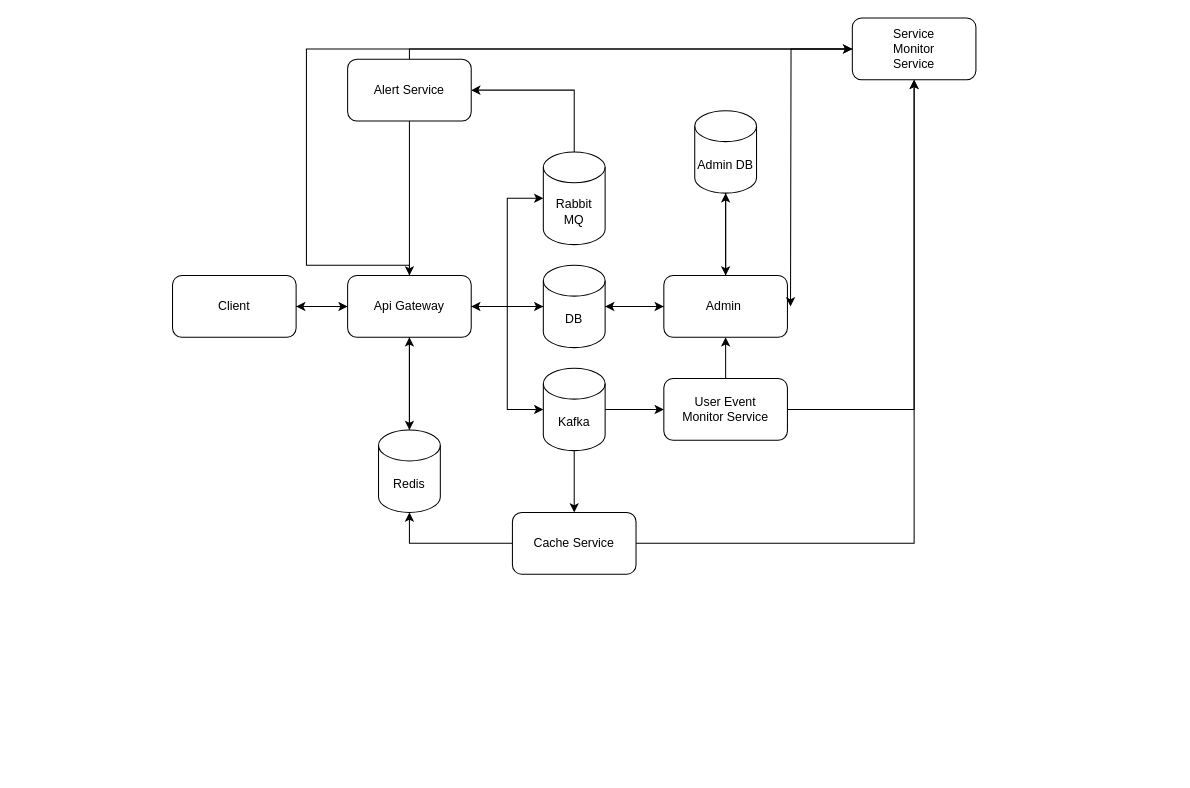
Before: architeture.drawio in mothership2002/Doodle, a draw.io diagram. Source tidied: cells renumbered, new cells numbered last; positions are measured from the earlier drawing's top-left corner, leaving out a move shared by most shapes. Both pictures are drawn from the tidied source at 103%, with x=0, y=0 at pixel (172, 18).
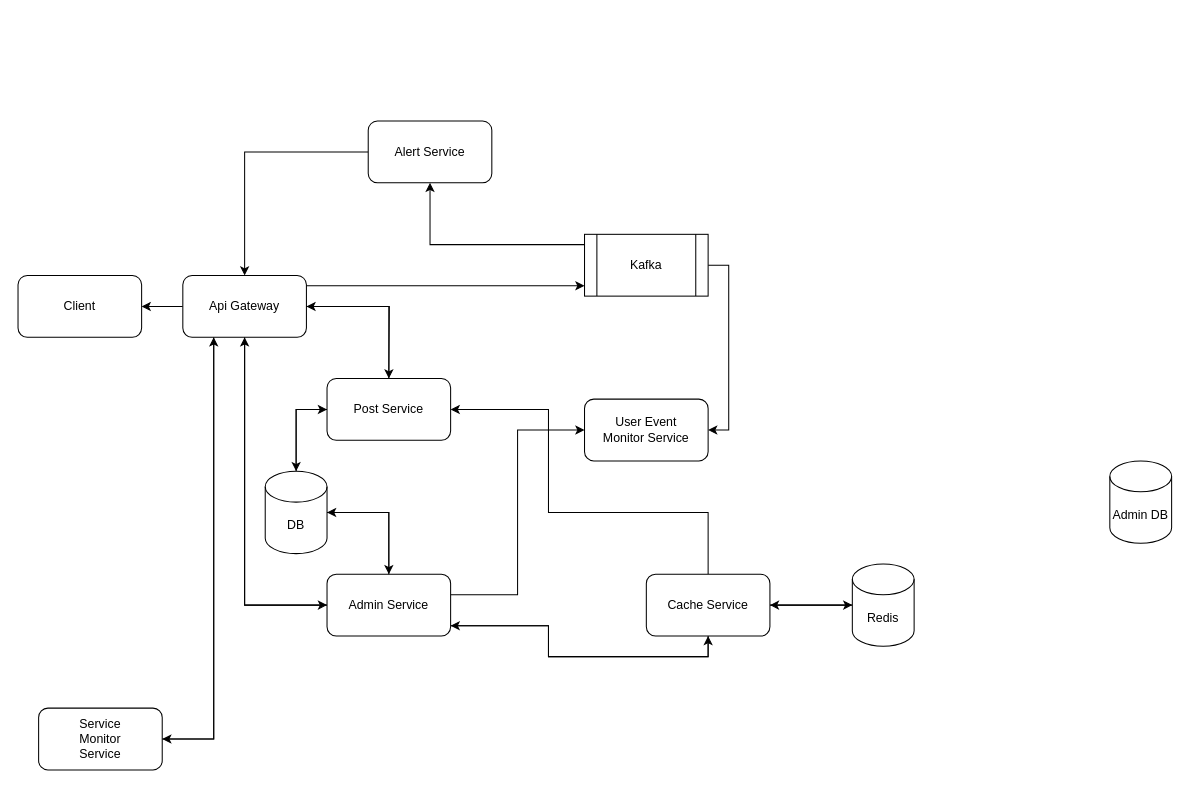
Above is the later version.

Change to the diagram source:
```diff
@@
-    <mxCell id="2" style="edgeStyle=orthogonalEdgeStyle;rounded=0;jettySize=auto;html=1;" parent="1" edge="1" source="3" target="7">
-      <mxGeometry relative="1" as="geometry">
-        <Array as="points">
-          <mxPoint x="170" y="280" />
-          <mxPoint x="170" y="280" />
-        </Array>
-      </mxGeometry>
-    </mxCell>
     <mxCell id="3" value="Client" style="rounded=1;whiteSpace=wrap;html=1;" parent="1" vertex="1">
-      <mxGeometry y="250" width="120" height="60" as="geometry" />
+      <mxGeometry x="-150" y="250" width="120" height="60" as="geometry" />
     </mxCell>
-    <mxCell id="4" style="edgeStyle=orthogonalEdgeStyle;rounded=0;jettySize=auto;html=1;" parent="1" edge="1" source="7" target="16">
-      <mxGeometry relative="1" as="geometry" />
-    </mxCell>
@@
-    <mxCell id="6" style="edgeStyle=orthogonalEdgeStyle;rounded=0;jettySize=auto;html=1;" parent="1" edge="1" source="7">
-      <mxGeometry relative="1" as="geometry">
-        <mxPoint x="660" y="30" as="targetPoint" />
-        <Array as="points">
-          <mxPoint x="230" y="240" />
-          <mxPoint x="130" y="240" />
-          <mxPoint x="130" y="30" />
-        </Array>
-      </mxGeometry>
-    </mxCell>
+    <mxCell id="37" style="edgeStyle=orthogonalEdgeStyle;rounded=0;jettySize=auto;html=1;" parent="1" edge="1" source="7">
+      <mxGeometry relative="1" as="geometry">
+        <mxPoint x="210" y="350" as="targetPoint" />
+      </mxGeometry>
+    </mxCell>
+    <mxCell id="38" style="edgeStyle=orthogonalEdgeStyle;rounded=0;jettySize=auto;html=1;" parent="1" edge="1" target="10">
+      <mxGeometry relative="1" as="geometry">
+        <mxPoint x="130" y="260" as="sourcePoint" />
+        <Array as="points">
+          <mxPoint x="270" y="260" />
+          <mxPoint x="270" y="260" />
+        </Array>
+      </mxGeometry>
+    </mxCell>
+    <mxCell id="39" style="edgeStyle=orthogonalEdgeStyle;rounded=0;jettySize=auto;html=1;entryX=0;entryY=0.5;entryDx=0;entryDy=0;" parent="1" edge="1" source="7" target="25">
+      <mxGeometry relative="1" as="geometry">
+        <Array as="points">
+          <mxPoint x="70" y="570" />
+        </Array>
+      </mxGeometry>
+    </mxCell>
+    <mxCell id="40" style="edgeStyle=orthogonalEdgeStyle;rounded=0;jettySize=auto;html=1;entryX=1;entryY=0.5;entryDx=0;entryDy=0;" parent="1" edge="1" source="7" target="36">
+      <mxGeometry relative="1" as="geometry">
+        <Array as="points">
+          <mxPoint x="40" y="700" />
+        </Array>
+      </mxGeometry>
+    </mxCell>
     <mxCell id="7" value="Api Gateway" style="rounded=1;whiteSpace=wrap;html=1;" parent="1" vertex="1">
-      <mxGeometry x="170" y="250" width="120" height="60" as="geometry" />
+      <mxGeometry x="10" y="250" width="120" height="60" as="geometry" />
     </mxCell>
-    <mxCell id="8" style="edgeStyle=orthogonalEdgeStyle;rounded=0;jettySize=auto;html=1;" parent="1" edge="1" source="10" target="19">
-      <mxGeometry relative="1" as="geometry" />
-    </mxCell>
-    <mxCell id="9" style="edgeStyle=orthogonalEdgeStyle;rounded=0;jettySize=auto;html=1;entryX=0.5;entryY=0;entryDx=0;entryDy=0;" parent="1" edge="1" source="10" target="32">
-      <mxGeometry relative="1" as="geometry" />
-    </mxCell>
-    <mxCell id="10" value="Kafka" style="shape=cylinder3;whiteSpace=wrap;html=1;boundedLbl=1;backgroundOutline=1;size=15;" parent="1" vertex="1">
-      <mxGeometry x="360" y="340" width="60" height="80" as="geometry" />
-    </mxCell>
-    <mxCell id="11" style="edgeStyle=orthogonalEdgeStyle;rounded=0;jettySize=auto;html=1;" parent="1" edge="1" source="12" target="22">
-      <mxGeometry relative="1" as="geometry">
-        <Array as="points">
-          <mxPoint x="390" y="70" />
-        </Array>
-      </mxGeometry>
-    </mxCell>
-    <mxCell id="12" value="Rabbit&lt;div&gt;MQ&lt;/div&gt;" style="shape=cylinder3;whiteSpace=wrap;html=1;boundedLbl=1;backgroundOutline=1;size=15;" parent="1" vertex="1">
-      <mxGeometry x="360" y="130" width="60" height="90" as="geometry" />
-    </mxCell>
-    <mxCell id="13" style="edgeStyle=orthogonalEdgeStyle;rounded=0;jettySize=auto;html=1;entryX=0;entryY=0.5;entryDx=0;entryDy=0;entryPerimeter=0;" parent="1" edge="1" source="7" target="12">
-      <mxGeometry relative="1" as="geometry" />
-    </mxCell>
-    <mxCell id="14" style="edgeStyle=orthogonalEdgeStyle;rounded=0;jettySize=auto;html=1;entryX=1;entryY=0.5;entryDx=0;entryDy=0;" parent="1" edge="1" source="16" target="7">
-      <mxGeometry relative="1" as="geometry" />
-    </mxCell>
+    <mxCell id="41" style="edgeStyle=orthogonalEdgeStyle;rounded=0;jettySize=auto;html=1;entryX=0;entryY=0.5;entryDx=0;entryDy=0;" parent="1" edge="1" source="16" target="51">
+      <mxGeometry relative="1" as="geometry" />
+    </mxCell>
-    <mxCell id="15" style="edgeStyle=orthogonalEdgeStyle;rounded=0;jettySize=auto;html=1;entryX=0;entryY=0.5;entryDx=0;entryDy=0;" parent="1" edge="1" source="16" target="25">
-      <mxGeometry relative="1" as="geometry" />
+    <mxCell id="15" style="edgeStyle=orthogonalEdgeStyle;rounded=0;jettySize=auto;html=1;" parent="1" edge="1" source="16" target="25">
+      <mxGeometry relative="1" as="geometry">
+        <Array as="points">
+          <mxPoint x="210" y="480" />
+        </Array>
+      </mxGeometry>
     </mxCell>
     <mxCell id="16" value="DB" style="shape=cylinder3;whiteSpace=wrap;html=1;boundedLbl=1;backgroundOutline=1;size=15;" parent="1" vertex="1">
-      <mxGeometry x="360" y="240" width="60" height="80" as="geometry" />
+      <mxGeometry x="90" y="440" width="60" height="80" as="geometry" />
     </mxCell>
-    <mxCell id="17" style="edgeStyle=orthogonalEdgeStyle;rounded=0;jettySize=auto;html=1;" parent="1" edge="1" source="19" target="25">
-      <mxGeometry relative="1" as="geometry" />
-    </mxCell>
-    <mxCell id="18" style="edgeStyle=orthogonalEdgeStyle;rounded=0;jettySize=auto;html=1;entryX=0.5;entryY=1;entryDx=0;entryDy=0;" parent="1" edge="1" source="19" target="36">
-      <mxGeometry relative="1" as="geometry" />
-    </mxCell>
     <mxCell id="19" value="User Event&lt;br&gt;Monitor Service" style="rounded=1;whiteSpace=wrap;html=1;" parent="1" vertex="1">
-      <mxGeometry x="477" y="350" width="120" height="60" as="geometry" />
+      <mxGeometry x="400" y="370" width="120" height="60" as="geometry" />
     </mxCell>
-    <mxCell id="20" style="edgeStyle=orthogonalEdgeStyle;rounded=0;jettySize=auto;html=1;entryX=0.5;entryY=0;entryDx=0;entryDy=0;" parent="1" edge="1" source="22" target="7">
+    <mxCell id="20" style="edgeStyle=orthogonalEdgeStyle;rounded=0;jettySize=auto;html=1;" parent="1" edge="1" source="22" target="7">
       <mxGeometry relative="1" as="geometry" />
     </mxCell>
-    <mxCell id="21" style="edgeStyle=orthogonalEdgeStyle;rounded=0;jettySize=auto;html=1;entryX=0;entryY=0.5;entryDx=0;entryDy=0;" parent="1" edge="1" source="22" target="36">
-      <mxGeometry relative="1" as="geometry">
-        <Array as="points">
-          <mxPoint x="230" y="30" />
-        </Array>
-      </mxGeometry>
-    </mxCell>
     <mxCell id="22" value="Alert Service" style="rounded=1;whiteSpace=wrap;html=1;" parent="1" vertex="1">
-      <mxGeometry x="170" y="40" width="120" height="60" as="geometry" />
+      <mxGeometry x="190" y="100" width="120" height="60" as="geometry" />
     </mxCell>
-    <mxCell id="23" style="edgeStyle=orthogonalEdgeStyle;rounded=0;jettySize=auto;html=1;" parent="1" edge="1" source="25" target="27">
-      <mxGeometry relative="1" as="geometry" />
-    </mxCell>
-    <mxCell id="24" style="edgeStyle=orthogonalEdgeStyle;rounded=0;jettySize=auto;html=1;" parent="1" edge="1" source="25">
-      <mxGeometry relative="1" as="geometry">
-        <mxPoint x="420" y="280" as="targetPoint" />
-      </mxGeometry>
-    </mxCell>
+    <mxCell id="42" style="edgeStyle=orthogonalEdgeStyle;rounded=0;jettySize=auto;html=1;entryX=0.5;entryY=1;entryDx=0;entryDy=0;" parent="1" edge="1" source="25" target="7">
+      <mxGeometry relative="1" as="geometry" />
+    </mxCell>
+    <mxCell id="43" style="edgeStyle=orthogonalEdgeStyle;rounded=0;jettySize=auto;html=1;entryX=0.5;entryY=1;entryDx=0;entryDy=0;" parent="1" edge="1" source="25" target="32">
+      <mxGeometry relative="1" as="geometry">
+        <Array as="points">
+          <mxPoint x="365" y="590" />
+          <mxPoint x="365" y="620" />
+          <mxPoint x="520" y="620" />
+        </Array>
+      </mxGeometry>
+    </mxCell>
+    <mxCell id="44" style="edgeStyle=orthogonalEdgeStyle;rounded=0;jettySize=auto;html=1;entryX=0;entryY=0.5;entryDx=0;entryDy=0;" parent="1" edge="1" source="25" target="19">
+      <mxGeometry relative="1" as="geometry">
+        <Array as="points">
+          <mxPoint x="335" y="560" />
+          <mxPoint x="335" y="400" />
+        </Array>
+      </mxGeometry>
+    </mxCell>
-    <mxCell id="25" value="Admin&amp;nbsp;" style="rounded=1;whiteSpace=wrap;html=1;" parent="1" vertex="1">
-      <mxGeometry x="477" y="250" width="120" height="60" as="geometry" />
+    <mxCell id="25" value="Admin Service" style="rounded=1;whiteSpace=wrap;html=1;" parent="1" vertex="1">
+      <mxGeometry x="150" y="540" width="120" height="60" as="geometry" />
     </mxCell>
-    <mxCell id="26" style="edgeStyle=orthogonalEdgeStyle;rounded=0;jettySize=auto;html=1;entryX=0.5;entryY=0;entryDx=0;entryDy=0;" parent="1" edge="1" source="27" target="25">
-      <mxGeometry relative="1" as="geometry" />
-    </mxCell>
     <mxCell id="27" value="Admin DB" style="shape=cylinder3;whiteSpace=wrap;html=1;boundedLbl=1;backgroundOutline=1;size=15;" parent="1" vertex="1">
-      <mxGeometry x="507" y="90" width="60" height="80" as="geometry" />
+      <mxGeometry x="910" y="430" width="60" height="80" as="geometry" />
     </mxCell>
-    <mxCell id="28" style="edgeStyle=orthogonalEdgeStyle;rounded=0;jettySize=auto;html=1;entryX=0;entryY=0.5;entryDx=0;entryDy=0;entryPerimeter=0;" parent="1" edge="1" source="7" target="10">
-      <mxGeometry relative="1" as="geometry" />
-    </mxCell>
-    <mxCell id="29" style="edgeStyle=orthogonalEdgeStyle;rounded=0;jettySize=auto;html=1;entryX=0.5;entryY=1;entryDx=0;entryDy=0;" parent="1" edge="1" source="30" target="7">
-      <mxGeometry relative="1" as="geometry" />
-    </mxCell>
+    <mxCell id="45" style="edgeStyle=orthogonalEdgeStyle;rounded=0;jettySize=auto;html=1;entryX=1;entryY=0.5;entryDx=0;entryDy=0;" parent="1" edge="1" source="30" target="32">
+      <mxGeometry relative="1" as="geometry" />
+    </mxCell>
     <mxCell id="30" value="Redis" style="shape=cylinder3;whiteSpace=wrap;html=1;boundedLbl=1;backgroundOutline=1;size=15;" parent="1" vertex="1">
-      <mxGeometry x="200" y="400" width="60" height="80" as="geometry" />
+      <mxGeometry x="660" y="530" width="60" height="80" as="geometry" />
     </mxCell>
-    <mxCell id="31" style="edgeStyle=orthogonalEdgeStyle;rounded=0;jettySize=auto;html=1;exitX=1;exitY=0.5;exitDx=0;exitDy=0;entryX=0.5;entryY=1;entryDx=0;entryDy=0;" parent="1" edge="1" source="32" target="36">
-      <mxGeometry relative="1" as="geometry" />
-    </mxCell>
+    <mxCell id="33" style="edgeStyle=orthogonalEdgeStyle;rounded=0;jettySize=auto;html=1;" parent="1" edge="1" source="32" target="30">
+      <mxGeometry relative="1" as="geometry" />
+    </mxCell>
+    <mxCell id="46" style="edgeStyle=orthogonalEdgeStyle;rounded=0;jettySize=auto;html=1;entryX=1;entryY=0.5;entryDx=0;entryDy=0;" parent="1" edge="1" source="32" target="51">
+      <mxGeometry relative="1" as="geometry">
+        <Array as="points">
+          <mxPoint x="520" y="480" />
+          <mxPoint x="365" y="480" />
+          <mxPoint x="365" y="380" />
+        </Array>
+      </mxGeometry>
+    </mxCell>
+    <mxCell id="47" style="edgeStyle=orthogonalEdgeStyle;rounded=0;jettySize=auto;html=1;" parent="1" edge="1" source="32" target="25">
+      <mxGeometry relative="1" as="geometry">
+        <Array as="points">
+          <mxPoint x="520" y="620" />
+          <mxPoint x="365" y="620" />
+          <mxPoint x="365" y="590" />
+        </Array>
+      </mxGeometry>
+    </mxCell>
     <mxCell id="32" value="Cache Service" style="rounded=1;whiteSpace=wrap;html=1;" parent="1" vertex="1">
-      <mxGeometry x="330" y="480" width="120" height="60" as="geometry" />
+      <mxGeometry x="460" y="540" width="120" height="60" as="geometry" />
     </mxCell>
-    <mxCell id="33" style="edgeStyle=orthogonalEdgeStyle;rounded=0;jettySize=auto;html=1;entryX=0.5;entryY=1;entryDx=0;entryDy=0;entryPerimeter=0;" parent="1" edge="1" source="32" target="30">
-      <mxGeometry relative="1" as="geometry" />
-    </mxCell>
-    <mxCell id="34" style="edgeStyle=orthogonalEdgeStyle;rounded=0;jettySize=auto;html=1;entryX=0.5;entryY=0;entryDx=0;entryDy=0;entryPerimeter=0;" parent="1" edge="1" source="7" target="30">
-      <mxGeometry relative="1" as="geometry" />
-    </mxCell>
-    <mxCell id="35" style="edgeStyle=orthogonalEdgeStyle;rounded=0;jettySize=auto;html=1;" parent="1" edge="1" source="36">
-      <mxGeometry relative="1" as="geometry">
-        <mxPoint x="600" y="280" as="targetPoint" />
-      </mxGeometry>
-    </mxCell>
+    <mxCell id="48" style="edgeStyle=orthogonalEdgeStyle;rounded=0;jettySize=auto;html=1;entryX=0.25;entryY=1;entryDx=0;entryDy=0;" parent="1" edge="1" source="36" target="7">
+      <mxGeometry relative="1" as="geometry" />
+    </mxCell>
     <mxCell id="36" value="&lt;div&gt;Service&lt;br&gt;Monitor&lt;/div&gt;&lt;div&gt;Service&lt;/div&gt;" style="rounded=1;whiteSpace=wrap;html=1;" parent="1" vertex="1">
-      <mxGeometry x="660" width="120" height="60" as="geometry" />
+      <mxGeometry x="-130" y="670" width="120" height="60" as="geometry" />
     </mxCell>
+    <mxCell id="49" style="edgeStyle=orthogonalEdgeStyle;rounded=0;jettySize=auto;html=1;entryX=1;entryY=0.5;entryDx=0;entryDy=0;" parent="1" edge="1" source="51" target="7">
+      <mxGeometry relative="1" as="geometry">
+        <Array as="points">
+          <mxPoint x="210" y="280" />
+        </Array>
+      </mxGeometry>
+    </mxCell>
+    <mxCell id="50" style="edgeStyle=orthogonalEdgeStyle;rounded=0;jettySize=auto;html=1;" parent="1" edge="1" source="51" target="16">
+      <mxGeometry relative="1" as="geometry">
+        <Array as="points">
+          <mxPoint x="120" y="380" />
+        </Array>
+      </mxGeometry>
+    </mxCell>
+    <mxCell id="51" value="Post S&lt;span style=&quot;background-color: initial;&quot;&gt;ervice&lt;/span&gt;" style="rounded=1;whiteSpace=wrap;html=1;" parent="1" vertex="1">
+      <mxGeometry x="150" y="350" width="120" height="60" as="geometry" />
+    </mxCell>
+    <mxCell id="52" style="edgeStyle=orthogonalEdgeStyle;rounded=0;jettySize=auto;html=1;" parent="1" edge="1" source="10" target="22">
+      <mxGeometry relative="1" as="geometry">
+        <Array as="points">
+          <mxPoint x="250" y="220" />
+        </Array>
+      </mxGeometry>
+    </mxCell>
+    <mxCell id="8" style="edgeStyle=orthogonalEdgeStyle;rounded=0;jettySize=auto;html=1;entryX=1;entryY=0.5;entryDx=0;entryDy=0;" parent="1" edge="1" source="10" target="19">
+      <mxGeometry relative="1" as="geometry">
+        <Array as="points">
+          <mxPoint x="540" y="240" />
+          <mxPoint x="540" y="400" />
+        </Array>
+      </mxGeometry>
+    </mxCell>
+    <mxCell id="10" value="Kafka" style="shape=process;whiteSpace=wrap;html=1;backgroundOutline=1;" parent="1" vertex="1">
+      <mxGeometry x="400" y="210" width="120" height="60" as="geometry" />
+    </mxCell>
+    <mxCell id="53" style="edgeStyle=orthogonalEdgeStyle;rounded=0;jettySize=auto;html=1;entryX=1;entryY=0.5;entryDx=0;entryDy=0;entryPerimeter=0;" parent="1" edge="1" source="25" target="16">
+      <mxGeometry relative="1" as="geometry" />
+    </mxCell>
```
